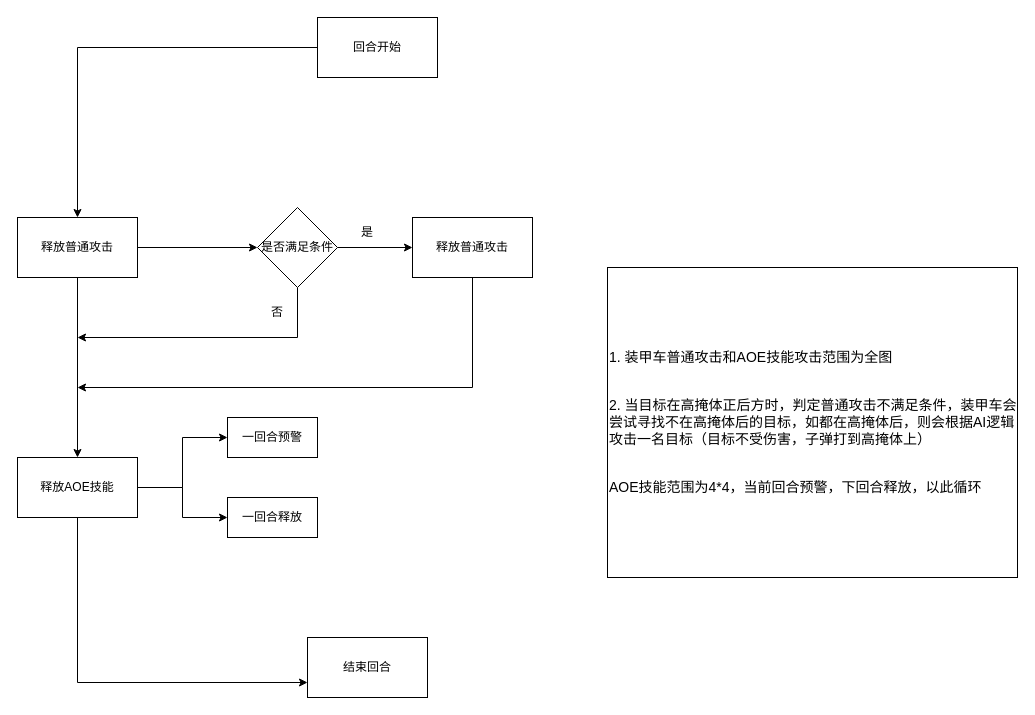
Above: page "装甲车行为" (3 of 4) of SAI.drawio in neroZWX/- (draw.io), before the change. Source tidied: cells renumbered, new cells numbered last; positions are measured from the earlier drawing's top-left corner, leaving out a move shared by most shapes. Both pictures are drawn from the tidied source at 100%, with x=0, y=0 at pixel (17, 17).
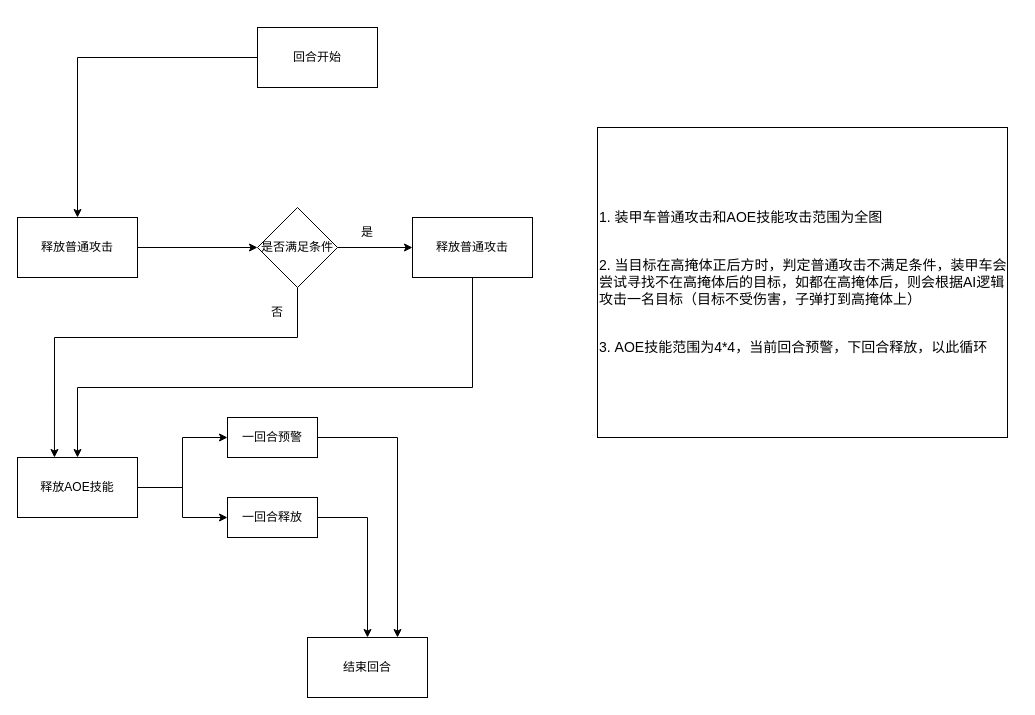
The same diagram, later.

Unchanged cells that the change refers to:
```xml
<mxCell id="6" value="释放普通攻击" style="whiteSpace=wrap;html=1;rounded=0;" parent="1" vertex="1">
  <mxGeometry y="200" width="120" height="60" as="geometry" />
</mxCell>
<mxCell id="10" value="释放AOE技能" style="whiteSpace=wrap;html=1;rounded=0;" parent="1" vertex="1">
  <mxGeometry y="440" width="120" height="60" as="geometry" />
</mxCell>
<mxCell id="13" value="是否满足条件" style="rhombus;whiteSpace=wrap;html=1;" parent="1" vertex="1">
  <mxGeometry x="240" y="190" width="80" height="80" as="geometry" />
</mxCell>
<mxCell id="14" value="一回合预警" style="whiteSpace=wrap;html=1;rounded=0;" parent="1" vertex="1">
  <mxGeometry x="210" y="400" width="90" height="40" as="geometry" />
</mxCell>
<mxCell id="15" value="一回合释放" style="whiteSpace=wrap;html=1;rounded=0;" parent="1" vertex="1">
  <mxGeometry x="210" y="480" width="90" height="40" as="geometry" />
</mxCell>
<mxCell id="17" value="释放普通攻击" style="whiteSpace=wrap;html=1;" parent="1" vertex="1">
  <mxGeometry x="395" y="200" width="120" height="60" as="geometry" />
</mxCell>
<mxCell id="20" value="结束回合" style="whiteSpace=wrap;html=1;rounded=0;" parent="1" vertex="1">
  <mxGeometry x="290" y="620" width="120" height="60" as="geometry" />
</mxCell>
```

Diff of the diagram source:
```diff
@@
     <mxCell id="3" value="回合开始" style="rounded=0;whiteSpace=wrap;html=1;" parent="1" vertex="1">
-      <mxGeometry x="300" width="120" height="60" as="geometry" />
+      <mxGeometry x="240" y="10" width="120" height="60" as="geometry" />
     </mxCell>
-    <mxCell id="4" style="edgeStyle=orthogonalEdgeStyle;rounded=0;jettySize=auto;html=1;" parent="1" edge="1" source="6" target="10">
-      <mxGeometry relative="1" as="geometry" />
-    </mxCell>
@@
-    <mxCell id="9" style="edgeStyle=orthogonalEdgeStyle;rounded=0;jettySize=auto;html=1;exitX=0.5;exitY=1;exitDx=0;exitDy=0;entryX=0;entryY=0.75;entryDx=0;entryDy=0;" parent="1" edge="1" source="10" target="20">
-      <mxGeometry relative="1" as="geometry" />
-    </mxCell>
@@
-    <mxCell id="12" style="edgeStyle=orthogonalEdgeStyle;rounded=0;jettySize=auto;html=1;exitX=0.5;exitY=1;exitDx=0;exitDy=0;" parent="1" edge="1" source="13">
+    <mxCell id="12" style="edgeStyle=orthogonalEdgeStyle;rounded=0;jettySize=auto;html=1;exitX=0.5;exitY=1;exitDx=0;exitDy=0;entryX=0.308;entryY=0;entryDx=0;entryDy=0;entryPerimeter=0;" parent="1" edge="1" source="13" target="10">
       <mxGeometry relative="1" as="geometry">
-        <mxPoint x="60" y="320" as="targetPoint" />
         <Array as="points">
           <mxPoint x="280" y="320" />
+          <mxPoint x="37" y="320" />
         </Array>
       </mxGeometry>
     </mxCell>
@@
+    <mxCell id="22" style="edgeStyle=orthogonalEdgeStyle;rounded=0;jettySize=auto;html=1;exitX=1;exitY=0.5;exitDx=0;exitDy=0;entryX=0.75;entryY=0;entryDx=0;entryDy=0;fontSize=14;" parent="1" edge="1" source="14" target="20">
+      <mxGeometry relative="1" as="geometry" />
+    </mxCell>
@@
+    <mxCell id="23" style="edgeStyle=orthogonalEdgeStyle;rounded=0;jettySize=auto;html=1;exitX=1;exitY=0.5;exitDx=0;exitDy=0;entryX=0.5;entryY=0;entryDx=0;entryDy=0;fontSize=14;" parent="1" edge="1" source="15" target="20">
+      <mxGeometry relative="1" as="geometry" />
+    </mxCell>
@@
-    <mxCell id="16" style="edgeStyle=orthogonalEdgeStyle;rounded=0;jettySize=auto;html=1;exitX=0.5;exitY=1;exitDx=0;exitDy=0;" parent="1" edge="1" source="17">
+    <mxCell id="16" style="edgeStyle=orthogonalEdgeStyle;rounded=0;jettySize=auto;html=1;exitX=0.5;exitY=1;exitDx=0;exitDy=0;entryX=0.5;entryY=0;entryDx=0;entryDy=0;" parent="1" edge="1" source="17" target="10">
       <mxGeometry relative="1" as="geometry">
-        <mxPoint x="60" y="370" as="targetPoint" />
         <Array as="points">
           <mxPoint x="455" y="370" />
           <mxPoint x="60" y="370" />
         </Array>
       </mxGeometry>
     </mxCell>
@@
-    <mxCell id="21" value="&lt;span style=&quot;font-size: 14px&quot;&gt;1. 装甲车普通攻击和AOE技能攻击范围为全图&lt;/span&gt;&lt;br&gt;&lt;br&gt;&lt;span style=&quot;font-size: 14px&quot;&gt;&lt;br&gt;&lt;/span&gt;&lt;span style=&quot;font-size: 14px&quot;&gt;2. 当目标在高掩体正后方时，判定普通攻击不满足条件，装甲车会尝试寻找不在高掩体后的目标，如都在高掩体后，则会根据AI逻辑攻击一名目标（目标不受伤害，子弹打到高掩体上）&lt;/span&gt;&lt;br&gt;&lt;br&gt;&lt;span style=&quot;font-size: 14px&quot;&gt;&lt;br&gt;&lt;/span&gt;&lt;span style=&quot;font-size: 14px&quot;&gt;AOE技能范围为4*4，当前回合预警，下回合释放，以此循环&lt;/span&gt;" style="rounded=0;whiteSpace=wrap;html=1;align=left;" parent="1" vertex="1">
-      <mxGeometry x="590" y="250" width="410" height="310" as="geometry" />
+    <mxCell id="21" value="&lt;span style=&quot;font-size: 14px&quot;&gt;1. 装甲车普通攻击和AOE技能攻击范围为全图&lt;/span&gt;&lt;br&gt;&lt;br&gt;&lt;span style=&quot;font-size: 14px&quot;&gt;&lt;br&gt;&lt;/span&gt;&lt;span style=&quot;font-size: 14px&quot;&gt;2. 当目标在高掩体正后方时，判定普通攻击不满足条件，装甲车会尝试寻找不在高掩体后的目标，如都在高掩体后，则会根据AI逻辑攻击一名目标（目标不受伤害，子弹打到高掩体上）&lt;/span&gt;&lt;br&gt;&lt;br&gt;&lt;span style=&quot;font-size: 14px&quot;&gt;&lt;br&gt;&lt;/span&gt;&lt;span style=&quot;font-size: 14px&quot;&gt;3. AOE技能范围为4*4，当前回合预警，下回合释放，以此循环&lt;/span&gt;" style="rounded=0;whiteSpace=wrap;html=1;align=left;" parent="1" vertex="1">
+      <mxGeometry x="580" y="110" width="410" height="310" as="geometry" />
     </mxCell>
```
